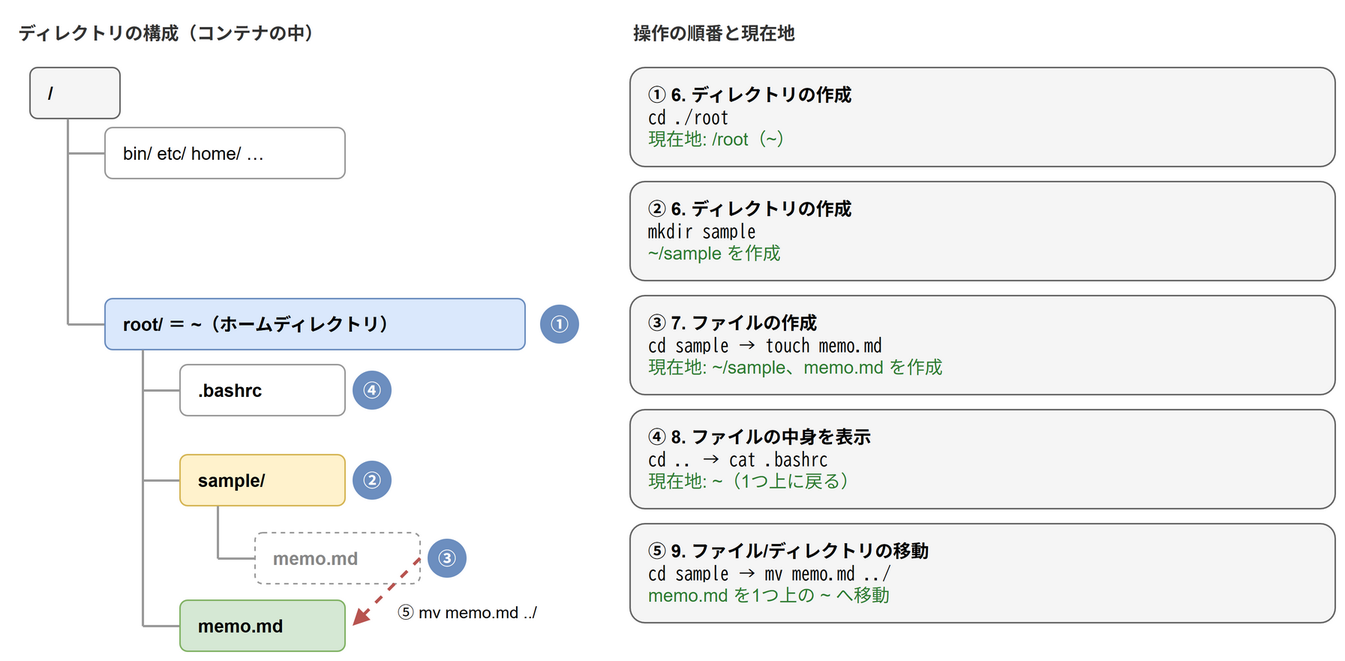
aew2sbee/zenn keeps this draw.io diagram as images/articles/linux-command-line-interface/directory-operations.drawio.png. Above is the earlier version. Source tidied: cells renumbered, new cells last; positions are measured from the earlier drawing's top-left corner, leaving out a move shared by most shapes.
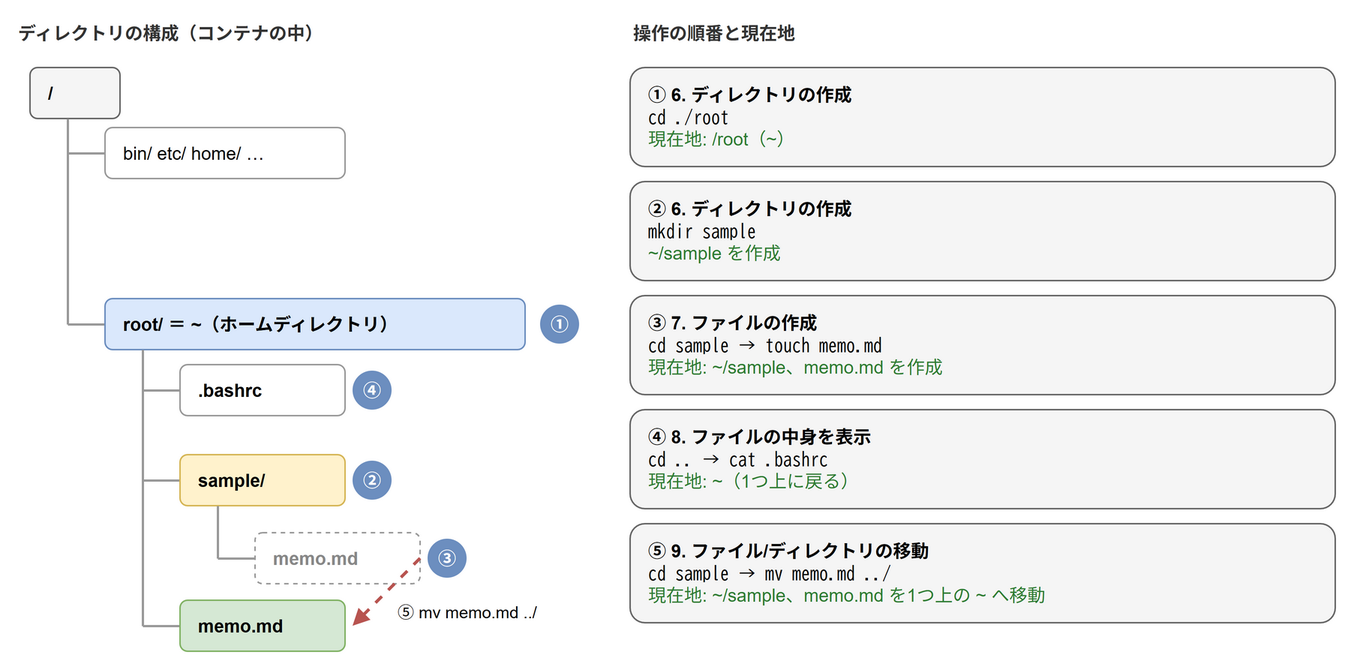
After the commit.

Commit message:
docs: Linuxのコマンドの記事の図と代替テキストをレビュー指摘に合わせて修正

The edit, as a diff of the source:
```diff
@@ -119,7 +119,7 @@
     <mxCell id="29" value="&lt;b&gt;④ 8. ファイルの中身を表示&lt;/b&gt;&lt;br&gt;&lt;font face=&quot;monospace&quot;&gt;cd .. → cat .bashrc&lt;/font&gt;&lt;br&gt;&lt;font color=&quot;#2e7d32&quot;&gt;現在地: ~（1つ上に戻る）&lt;/font&gt;" style="rounded=1;whiteSpace=wrap;html=1;fontSize=12;fillColor=#f5f5f5;strokeColor=#666666;align=left;spacingLeft=10;" parent="1" vertex="1">
       <mxGeometry x="410" y="263" width="470" height="66" as="geometry" />
     </mxCell>
-    <mxCell id="30" value="&lt;b&gt;⑤ 9. ファイル/ディレクトリの移動&lt;/b&gt;&lt;br&gt;&lt;font face=&quot;monospace&quot;&gt;cd sample → mv memo.md ../&lt;/font&gt;&lt;br&gt;&lt;font color=&quot;#2e7d32&quot;&gt;memo.md を1つ上の ~ へ移動&lt;/font&gt;" style="rounded=1;whiteSpace=wrap;html=1;fontSize=12;fillColor=#f5f5f5;strokeColor=#666666;align=left;spacingLeft=10;" parent="1" vertex="1">
+    <mxCell id="30" value="&lt;b&gt;⑤ 9. ファイル/ディレクトリの移動&lt;/b&gt;&lt;br&gt;&lt;font face=&quot;monospace&quot;&gt;cd sample → mv memo.md ../&lt;/font&gt;&lt;br&gt;&lt;font color=&quot;#2e7d32&quot;&gt;現在地: ~/sample、memo.md を1つ上の ~ へ移動&lt;/font&gt;" style="rounded=1;whiteSpace=wrap;html=1;fontSize=12;fillColor=#f5f5f5;strokeColor=#666666;align=left;spacingLeft=10;" parent="1" vertex="1">
       <mxGeometry x="410" y="339" width="470" height="66" as="geometry" />
     </mxCell>
   </root>
```
